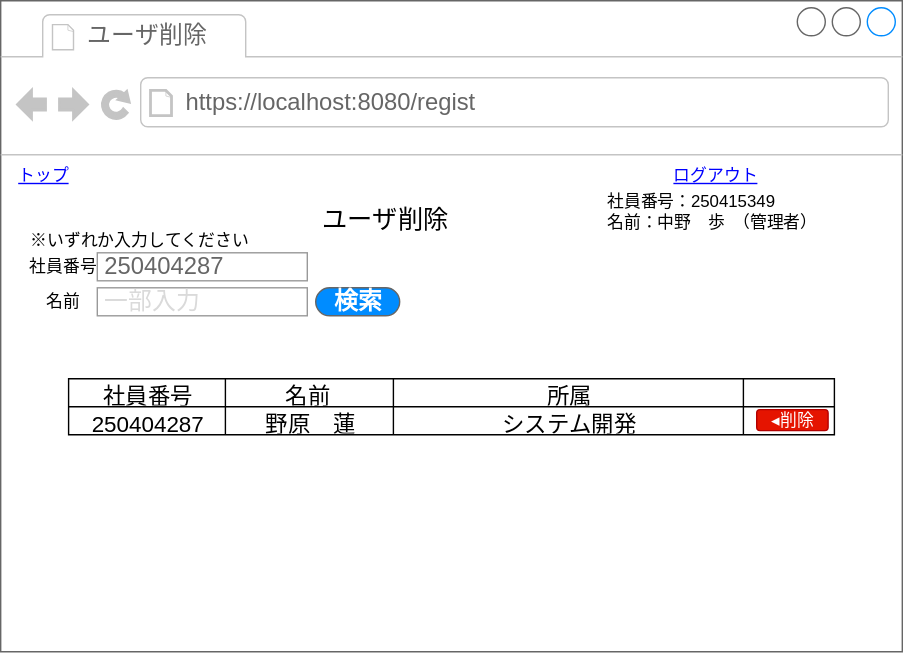
The draw.io diagram 基本設計/画面設計図/521_userdelete.drawio.svg in ICT-Training-2026/team-project-15, before a commit. Source tidied: cells renumbered, new cells last; positions are measured from the earlier drawing's top-left corner, leaving out a move shared by most shapes.
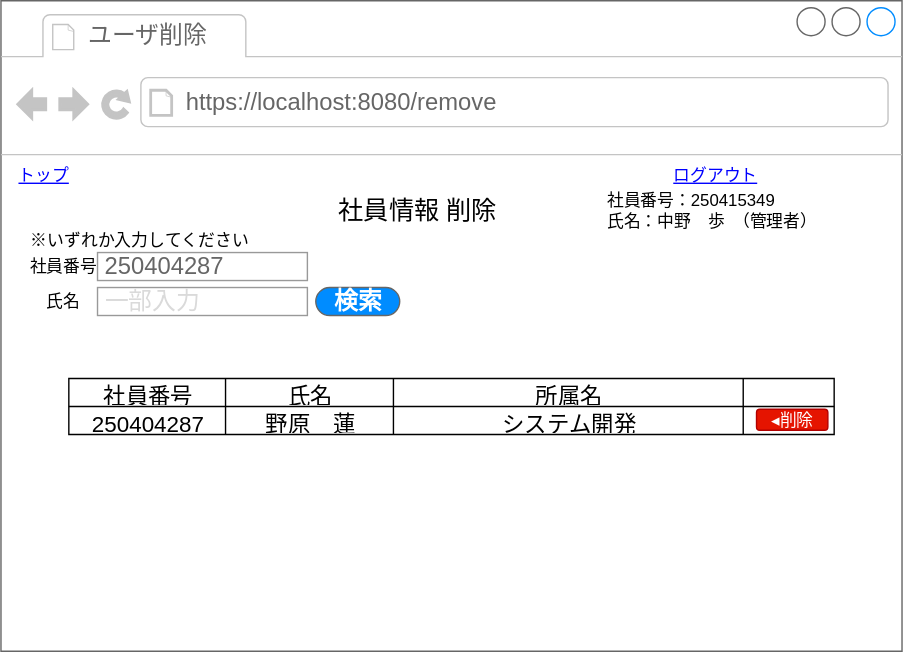
After the change.

Change to the diagram source:
```diff
@@ -8,11 +8,11 @@
     <mxCell id="3" value="ユーザ削除" style="strokeWidth=1;shadow=0;dashed=0;align=center;html=1;shape=mxgraph.mockup.containers.anchor;fontSize=17;fontColor=#666666;align=left;whiteSpace=wrap;" parent="2" vertex="1">
       <mxGeometry x="60" y="12" width="110" height="26" as="geometry" />
     </mxCell>
-    <mxCell id="4" value="https://localhost:8080/regist" style="strokeWidth=1;shadow=0;dashed=0;align=center;html=1;shape=mxgraph.mockup.containers.anchor;rSize=0;fontSize=17;fontColor=#666666;align=left;" parent="2" vertex="1">
+    <mxCell id="4" value="https://localhost:8080/remove" style="strokeWidth=1;shadow=0;dashed=0;align=center;html=1;shape=mxgraph.mockup.containers.anchor;rSize=0;fontSize=17;fontColor=#666666;align=left;" parent="2" vertex="1">
       <mxGeometry x="130" y="60" width="250" height="26" as="geometry" />
     </mxCell>
-    <mxCell id="5" value="&lt;span style=&quot;font-size: 18px;&quot;&gt;ユーザ削除&lt;/span&gt;" style="text;html=1;align=center;verticalAlign=middle;strokeColor=none;fillColor=none;" parent="2" vertex="1">
-      <mxGeometry x="219" y="136" width="110" height="40" as="geometry" />
+    <mxCell id="5" value="&lt;span style=&quot;font-size: 18px;&quot;&gt;社員情報 削除&lt;/span&gt;" style="text;html=1;align=center;verticalAlign=middle;strokeColor=none;fillColor=none;" parent="2" vertex="1">
+      <mxGeometry x="227" y="130" width="140" height="40" as="geometry" />
     </mxCell>
     <mxCell id="6" value="社員番号" style="text;html=1;align=center;verticalAlign=middle;strokeColor=none;fillColor=none;" parent="2" vertex="1">
       <mxGeometry x="9" y="175" width="70" height="30" as="geometry" />
@@ -23,7 +23,7 @@
     <mxCell id="8" value="&lt;font style=&quot;color: rgb(0, 0, 255);&quot;&gt;&lt;u&gt;トップ&lt;/u&gt;&lt;/font&gt;" style="text;html=1;align=center;verticalAlign=middle;strokeColor=none;fillColor=none;" parent="2" vertex="1">
       <mxGeometry y="110" width="60" height="30" as="geometry" />
     </mxCell>
-    <mxCell id="9" value="社員番号：250415349&lt;div&gt;名前：中野　歩　（管理者）&lt;/div&gt;" style="text;html=1;align=left;verticalAlign=middle;strokeColor=none;fillColor=none;" parent="2" vertex="1">
+    <mxCell id="9" value="社員番号：250415349&lt;div&gt;氏名：中野　歩　（管理者）&lt;/div&gt;" style="text;html=1;align=left;verticalAlign=middle;strokeColor=none;fillColor=none;" parent="2" vertex="1">
       <mxGeometry x="431" y="130" width="170" height="40" as="geometry" />
     </mxCell>
     <mxCell id="10" value="250404287" style="strokeWidth=1;shadow=0;dashed=0;align=center;html=1;shape=mxgraph.mockup.forms.pwField;strokeColor=#999999;mainText=;align=left;fontColor=#666666;fontSize=17;spacingLeft=3;fillColor=#FFFFFF;" parent="2" vertex="1">
@@ -35,7 +35,7 @@
     <mxCell id="12" value="&lt;font style=&quot;color: rgb(218, 218, 218);&quot;&gt;一部入力&lt;/font&gt;" style="strokeWidth=1;shadow=0;dashed=0;align=center;html=1;shape=mxgraph.mockup.forms.pwField;strokeColor=#999999;mainText=;align=left;fontColor=#666666;fontSize=17;spacingLeft=3;fillColor=#FFFFFF;" parent="2" vertex="1">
       <mxGeometry x="69" y="205" width="150" height="20" as="geometry" />
     </mxCell>
-    <mxCell id="13" value="名前" style="text;html=1;align=center;verticalAlign=middle;strokeColor=none;fillColor=none;" parent="2" vertex="1">
+    <mxCell id="13" value="氏名" style="text;html=1;align=center;verticalAlign=middle;strokeColor=none;fillColor=none;" parent="2" vertex="1">
       <mxGeometry x="19" y="200" width="50" height="30" as="geometry" />
     </mxCell>
     <mxCell id="14" style="shape=table;startSize=0;fontSize=16;" parent="2" vertex="1">
@@ -47,10 +47,10 @@
     <mxCell id="16" value="社員番号" style="shape=partialRectangle;html=1;whiteSpace=wrap;strokeColor=inherit;overflow=hidden;fillColor=none;top=0;left=0;bottom=0;right=0;fontSize=16;" parent="15" vertex="1">
       <mxGeometry width="112" height="20" as="geometry" />
     </mxCell>
-    <mxCell id="17" value="名前&lt;span style=&quot;white-space: pre;&quot;&gt;&#9;&lt;/span&gt;" style="shape=partialRectangle;html=1;whiteSpace=wrap;strokeColor=inherit;overflow=hidden;fillColor=none;top=0;left=0;bottom=0;right=0;fontSize=16;" parent="15" vertex="1">
+    <mxCell id="17" value="氏名" style="shape=partialRectangle;html=1;whiteSpace=wrap;strokeColor=inherit;overflow=hidden;fillColor=none;top=0;left=0;bottom=0;right=0;fontSize=16;" parent="15" vertex="1">
       <mxGeometry x="112" width="120" height="20" as="geometry" />
     </mxCell>
-    <mxCell id="18" value="所属" style="shape=partialRectangle;html=1;whiteSpace=wrap;strokeColor=inherit;overflow=hidden;fillColor=none;top=0;left=0;bottom=0;right=0;fontSize=16;" parent="15" vertex="1">
+    <mxCell id="18" value="所属名" style="shape=partialRectangle;html=1;whiteSpace=wrap;strokeColor=inherit;overflow=hidden;fillColor=none;top=0;left=0;bottom=0;right=0;fontSize=16;" parent="15" vertex="1">
       <mxGeometry x="232" width="250" height="20" as="geometry" />
     </mxCell>
     <mxCell id="19" style="shape=partialRectangle;html=1;whiteSpace=wrap;strokeColor=inherit;overflow=hidden;fillColor=none;top=0;left=0;bottom=0;right=0;fontSize=16;" parent="15" vertex="1">
```
